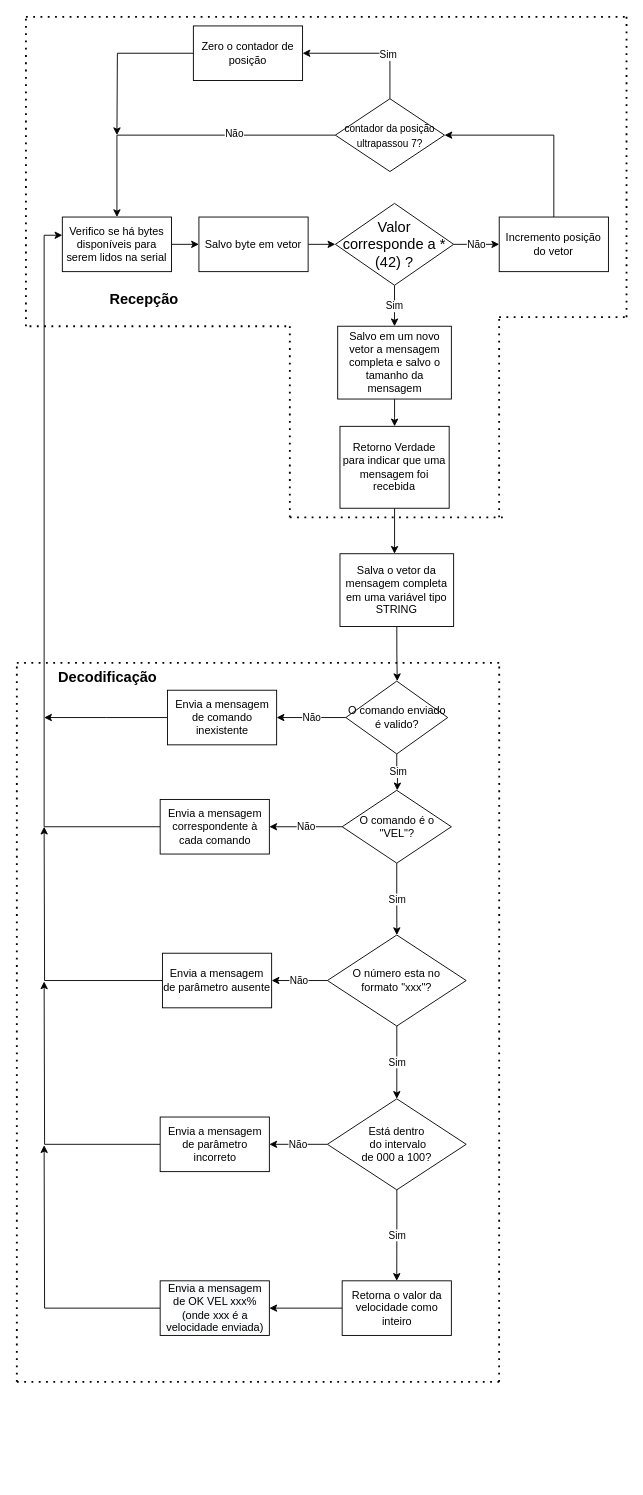
Earlier version of the draw.io diagram Projeto 2/EA076_Fluxograma_1.drawio (GustavoFA/EA076_2022_1S). Source tidied: cells renumbered, new cells numbered last; positions are measured from the earlier drawing's top-left corner, leaving out a move shared by most shapes. Both pictures are drawn from the tidied source at 91%, with x=0, y=0 at pixel (16, 16).
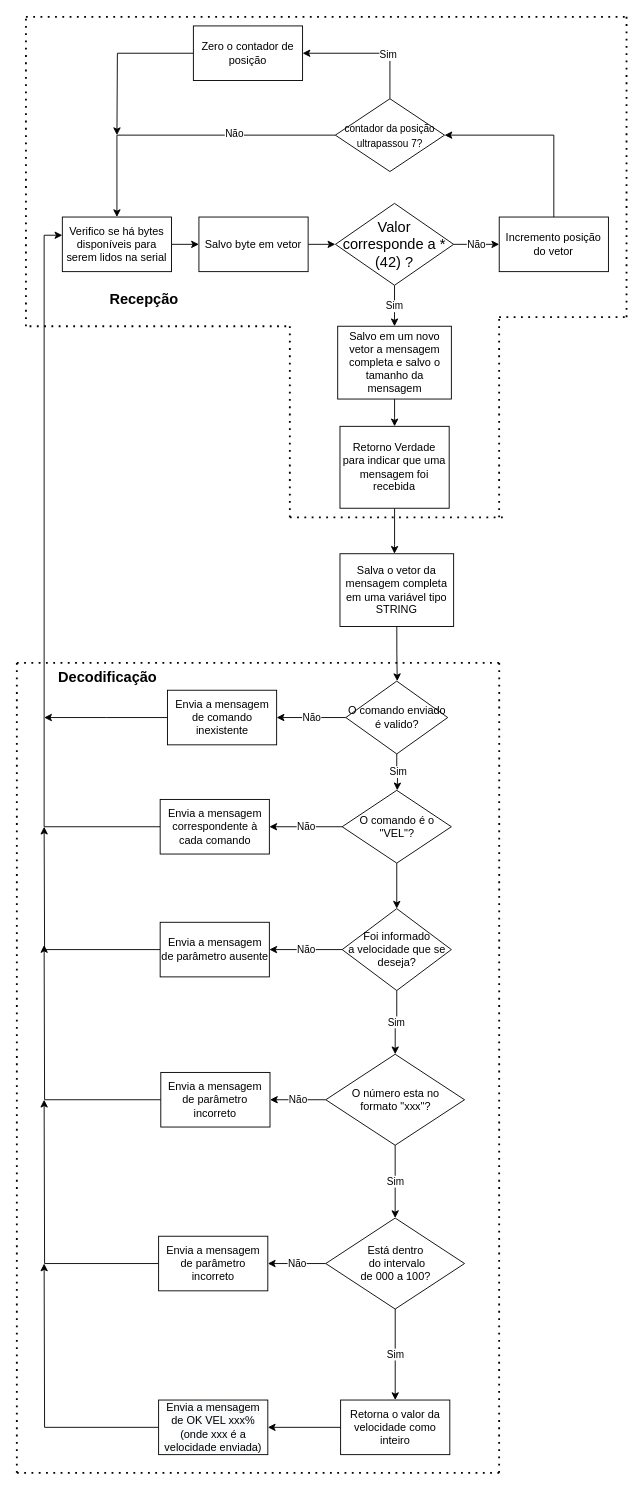
The same diagram, later.

Unchanged cells that the change refers to:
```xml
<mxCell id="41" value="O comando é o &lt;br&gt;&quot;VEL&quot;?" style="rhombus;whiteSpace=wrap;html=1;" parent="1" vertex="1">
  <mxGeometry x="357.5" y="850" width="120" height="80" as="geometry" />
</mxCell>
```

Diff of the diagram source:
```diff
@@
-    <mxCell id="40" value="Sim" style="edgeStyle=orthogonalEdgeStyle;rounded=0;jettySize=auto;html=1;" parent="1" edge="1" source="41" target="45">
-      <mxGeometry relative="1" as="geometry" />
-    </mxCell>
+    <mxCell id="62" style="edgeStyle=orthogonalEdgeStyle;rounded=0;jettySize=auto;html=1;" parent="1" edge="1" source="41" target="67">
+      <mxGeometry relative="1" as="geometry" />
+    </mxCell>
@@
     <mxCell id="45" value="O número esta no &lt;br&gt;formato &quot;xxx&quot;?" style="rhombus;whiteSpace=wrap;html=1;" parent="1" vertex="1">
-      <mxGeometry x="341.3" y="1009" width="152.5" height="100" as="geometry" />
+      <mxGeometry x="339.5" y="1140" width="152.5" height="100" as="geometry" />
     </mxCell>
-    <mxCell id="46" style="edgeStyle=orthogonalEdgeStyle;rounded=0;jettySize=auto;html=1;exitX=0;exitY=0.5;exitDx=0;exitDy=0;" parent="1" edge="1" source="47">
-      <mxGeometry relative="1" as="geometry">
-        <mxPoint x="30" y="890" as="targetPoint" />
-      </mxGeometry>
-    </mxCell>
+    <mxCell id="63" style="edgeStyle=orthogonalEdgeStyle;rounded=0;jettySize=auto;html=1;exitX=0;exitY=0.5;exitDx=0;exitDy=0;" parent="1" edge="1" source="47">
+      <mxGeometry relative="1" as="geometry">
+        <mxPoint x="30" y="1020" as="targetPoint" />
+      </mxGeometry>
+    </mxCell>
-    <mxCell id="47" value="Envia a mensagem de parâmetro ausente" style="whiteSpace=wrap;html=1;" parent="1" vertex="1">
-      <mxGeometry x="160" y="1029" width="120" height="60" as="geometry" />
+    <mxCell id="47" value="Envia a mensagem de parâmetro incorreto" style="whiteSpace=wrap;html=1;" parent="1" vertex="1">
+      <mxGeometry x="158.2" y="1160" width="120" height="60" as="geometry" />
     </mxCell>
@@
     <mxCell id="50" value="Está dentro&lt;br&gt;&amp;nbsp;do intervalo &lt;br&gt;de 000 a 100?" style="rhombus;whiteSpace=wrap;html=1;" parent="1" vertex="1">
-      <mxGeometry x="341.3" y="1189" width="152.5" height="100" as="geometry" />
+      <mxGeometry x="339.5" y="1320" width="152.5" height="100" as="geometry" />
     </mxCell>
-    <mxCell id="51" style="edgeStyle=orthogonalEdgeStyle;rounded=0;jettySize=auto;html=1;exitX=0;exitY=0.5;exitDx=0;exitDy=0;" parent="1" edge="1" source="52">
-      <mxGeometry relative="1" as="geometry">
-        <mxPoint x="30" y="1060" as="targetPoint" />
-      </mxGeometry>
-    </mxCell>
+    <mxCell id="64" style="edgeStyle=orthogonalEdgeStyle;rounded=0;jettySize=auto;html=1;exitX=0;exitY=0.5;exitDx=0;exitDy=0;" parent="1" edge="1" source="52">
+      <mxGeometry relative="1" as="geometry">
+        <mxPoint x="30" y="1190" as="targetPoint" />
+      </mxGeometry>
+    </mxCell>
     <mxCell id="52" value="Envia a mensagem de parâmetro incorreto" style="whiteSpace=wrap;html=1;" parent="1" vertex="1">
-      <mxGeometry x="157.5" y="1209" width="120" height="60" as="geometry" />
+      <mxGeometry x="155.8" y="1340" width="120" height="60" as="geometry" />
     </mxCell>
@@
     <mxCell id="54" value="Retorna o valor da velocidade como inteiro" style="whiteSpace=wrap;html=1;" parent="1" vertex="1">
-      <mxGeometry x="357.5" y="1389" width="120" height="60" as="geometry" />
+      <mxGeometry x="355.8" y="1520" width="120" height="60" as="geometry" />
     </mxCell>
-    <mxCell id="55" style="edgeStyle=orthogonalEdgeStyle;rounded=0;jettySize=auto;html=1;exitX=0;exitY=0.5;exitDx=0;exitDy=0;" parent="1" edge="1" source="56">
-      <mxGeometry relative="1" as="geometry">
-        <mxPoint x="30" y="1240" as="targetPoint" />
-      </mxGeometry>
-    </mxCell>
+    <mxCell id="65" style="edgeStyle=orthogonalEdgeStyle;rounded=0;jettySize=auto;html=1;exitX=0;exitY=0.5;exitDx=0;exitDy=0;" parent="1" edge="1" source="56">
+      <mxGeometry relative="1" as="geometry">
+        <mxPoint x="30" y="1370" as="targetPoint" />
+      </mxGeometry>
+    </mxCell>
     <mxCell id="56" value="&#10;&#10;&lt;span style=&quot;color: rgb(0, 0, 0); font-family: helvetica; font-size: 12px; font-style: normal; font-weight: 400; letter-spacing: normal; text-align: center; text-indent: 0px; text-transform: none; word-spacing: 0px; background-color: rgb(248, 249, 250); display: inline; float: none;&quot;&gt;Envia a mensagem de OK VEL xxx% (onde xxx é a velocidade enviada)&lt;/span&gt;&#10;&#10;" style="whiteSpace=wrap;html=1;" parent="1" vertex="1">
-      <mxGeometry x="157.5" y="1389" width="120" height="60" as="geometry" />
+      <mxGeometry x="155.8" y="1520" width="120" height="60" as="geometry" />
     </mxCell>
@@
     <mxCell id="58" style="endArrow=none;dashed=1;html=1;dashPattern=1 3;strokeWidth=2;rounded=0;" parent="1" edge="1">
       <mxGeometry relative="1" as="geometry">
-        <mxPoint x="530" y="1500" as="sourcePoint" />
+        <mxPoint x="530" y="1600" as="sourcePoint" />
         <mxPoint x="530.1" y="710" as="targetPoint" />
       </mxGeometry>
     </mxCell>
     <mxCell id="59" style="endArrow=none;dashed=1;html=1;dashPattern=1 3;strokeWidth=2;rounded=0;" parent="1" edge="1">
       <mxGeometry relative="1" as="geometry">
-        <mxPoint y="1500" as="sourcePoint" />
+        <mxPoint y="1600" as="sourcePoint" />
         <mxPoint y="710" as="targetPoint" />
       </mxGeometry>
     </mxCell>
     <mxCell id="60" style="endArrow=none;dashed=1;html=1;dashPattern=1 3;strokeWidth=2;rounded=0;" parent="1" edge="1">
       <mxGeometry relative="1" as="geometry">
-        <mxPoint x="0.1" y="1500" as="sourcePoint" />
-        <mxPoint x="530.1" y="1500" as="targetPoint" />
+        <mxPoint x="0.1" y="1600" as="sourcePoint" />
+        <mxPoint x="530.1" y="1600" as="targetPoint" />
       </mxGeometry>
     </mxCell>
@@
+    <mxCell id="66" value="Não" style="edgeStyle=orthogonalEdgeStyle;rounded=0;jettySize=auto;html=1;" parent="1" edge="1" source="67" target="69">
+      <mxGeometry relative="1" as="geometry" />
+    </mxCell>
+    <mxCell id="40" value="Sim" style="edgeStyle=orthogonalEdgeStyle;rounded=0;jettySize=auto;html=1;" parent="1" edge="1" source="67" target="45">
+      <mxGeometry relative="1" as="geometry" />
+    </mxCell>
+    <mxCell id="67" value="Foi informado &lt;br&gt;a velocidade que se deseja?" style="rhombus;whiteSpace=wrap;html=1;" parent="1" vertex="1">
+      <mxGeometry x="357.5" y="980" width="120" height="90" as="geometry" />
+    </mxCell>
+    <mxCell id="68" style="edgeStyle=orthogonalEdgeStyle;rounded=0;jettySize=auto;html=1;exitX=0;exitY=0.5;exitDx=0;exitDy=0;" parent="1" edge="1" source="69">
+      <mxGeometry relative="1" as="geometry">
+        <mxPoint x="30" y="890" as="targetPoint" />
+      </mxGeometry>
+    </mxCell>
+    <mxCell id="69" value="Envia a mensagem de parâmetro ausente" style="whiteSpace=wrap;html=1;" parent="1" vertex="1">
+      <mxGeometry x="157.5" y="995" width="120" height="60" as="geometry" />
+    </mxCell>
```
